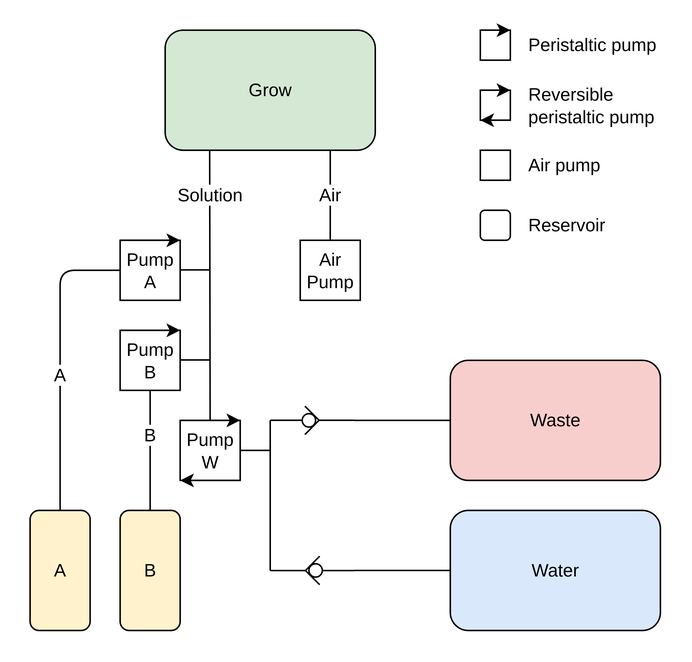
Earlier version of the draw.io export plumbing.drawio.svg (samcole8/project-basil). Source tidied: cells renumbered, new cells last; positions are measured from the earlier drawing's top-left corner, leaving out a move shared by most shapes.
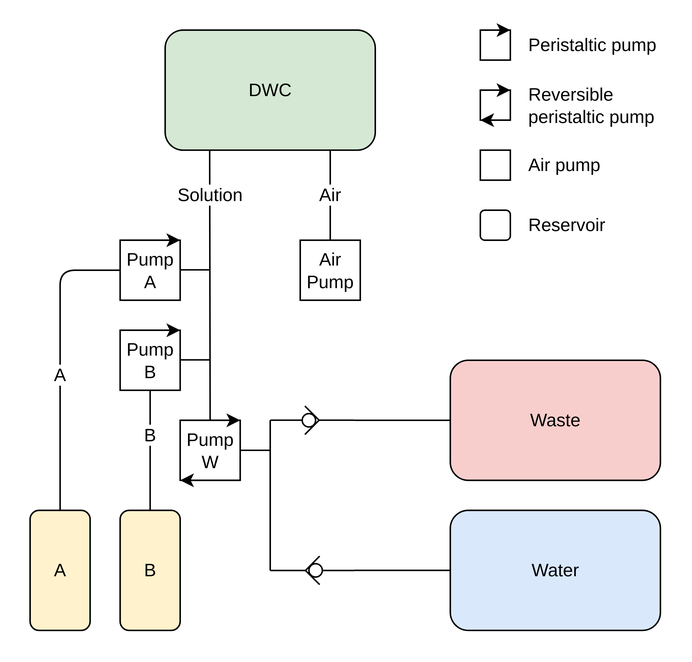
The same file after the commit.

Commit message:
update diagram label

Diff of the diagram source:
```diff
@@ -145,7 +145,7 @@
     <mxCell id="38" style="endArrow=classic;html=1;exitX=1;exitY=1;exitDx=0;exitDy=0;entryX=0;entryY=1;entryDx=0;entryDy=0;" parent="1" edge="1" source="29" target="29">
       <mxGeometry relative="1" as="geometry" />
     </mxCell>
-    <mxCell id="39" value="Grow" style="rounded=1;whiteSpace=wrap;html=1;labelBackgroundColor=none;fillColor=#d5e8d4;strokeColor=default;" parent="1" vertex="1">
+    <mxCell id="39" value="DWC" style="rounded=1;whiteSpace=wrap;html=1;labelBackgroundColor=none;fillColor=#d5e8d4;strokeColor=default;" parent="1" vertex="1">
       <mxGeometry x="110" y="20" width="140" height="80" as="geometry" />
     </mxCell>
     <mxCell id="40" style="endArrow=none;html=1;exitX=0.5;exitY=0;exitDx=0;exitDy=0;exitPerimeter=0;" parent="1" edge="1" source="22">
```
